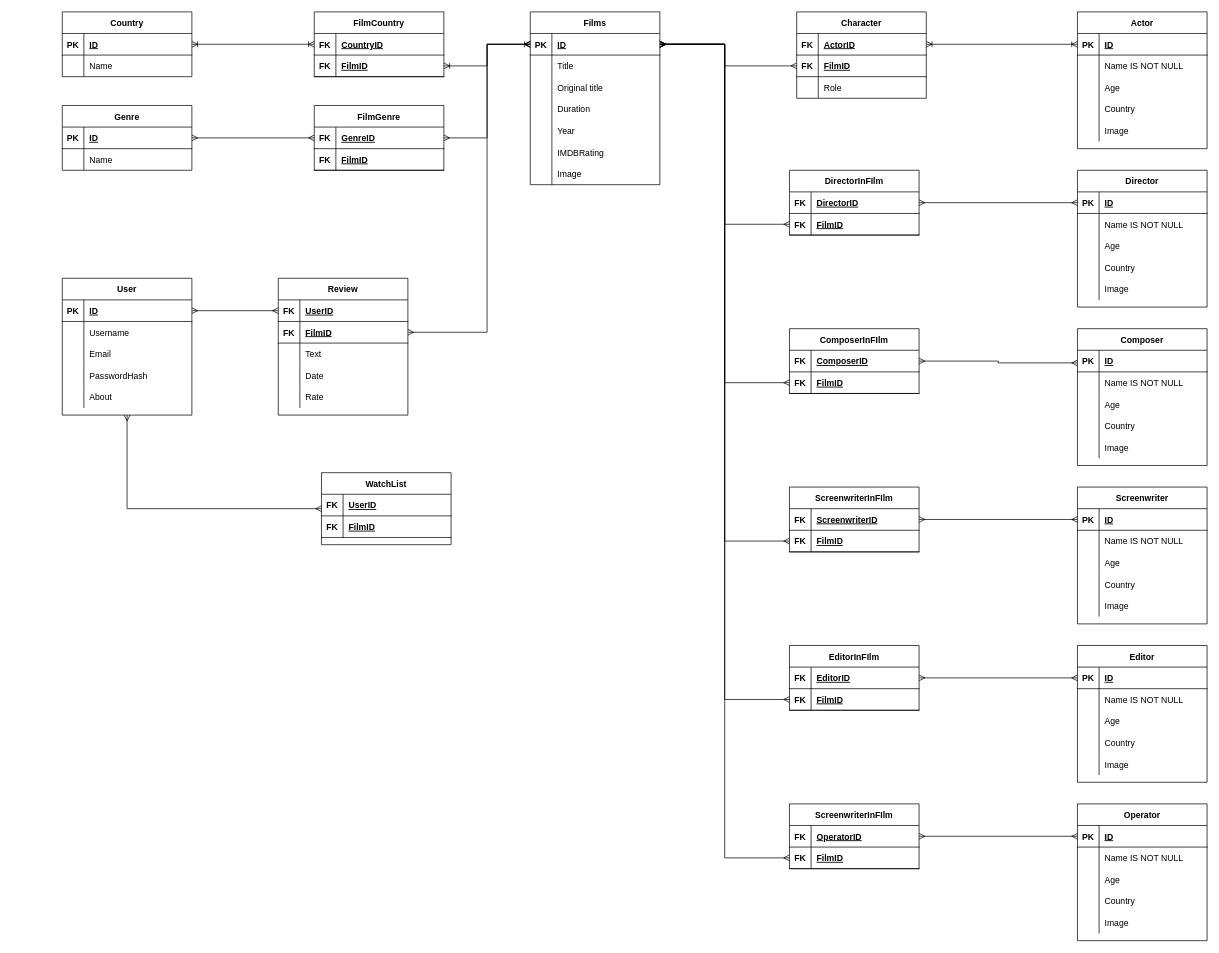
This is Database relational diagram.drawio from lincentpega/koda-modeling, a draw.io file, before an edit. Source tidied: cells renumbered, new cells numbered last; positions are measured from the earlier drawing's top-left corner, leaving out a move shared by most shapes. Both pictures are drawn from the tidied source at 72%, with x=0, y=0 at pixel (62, 12).
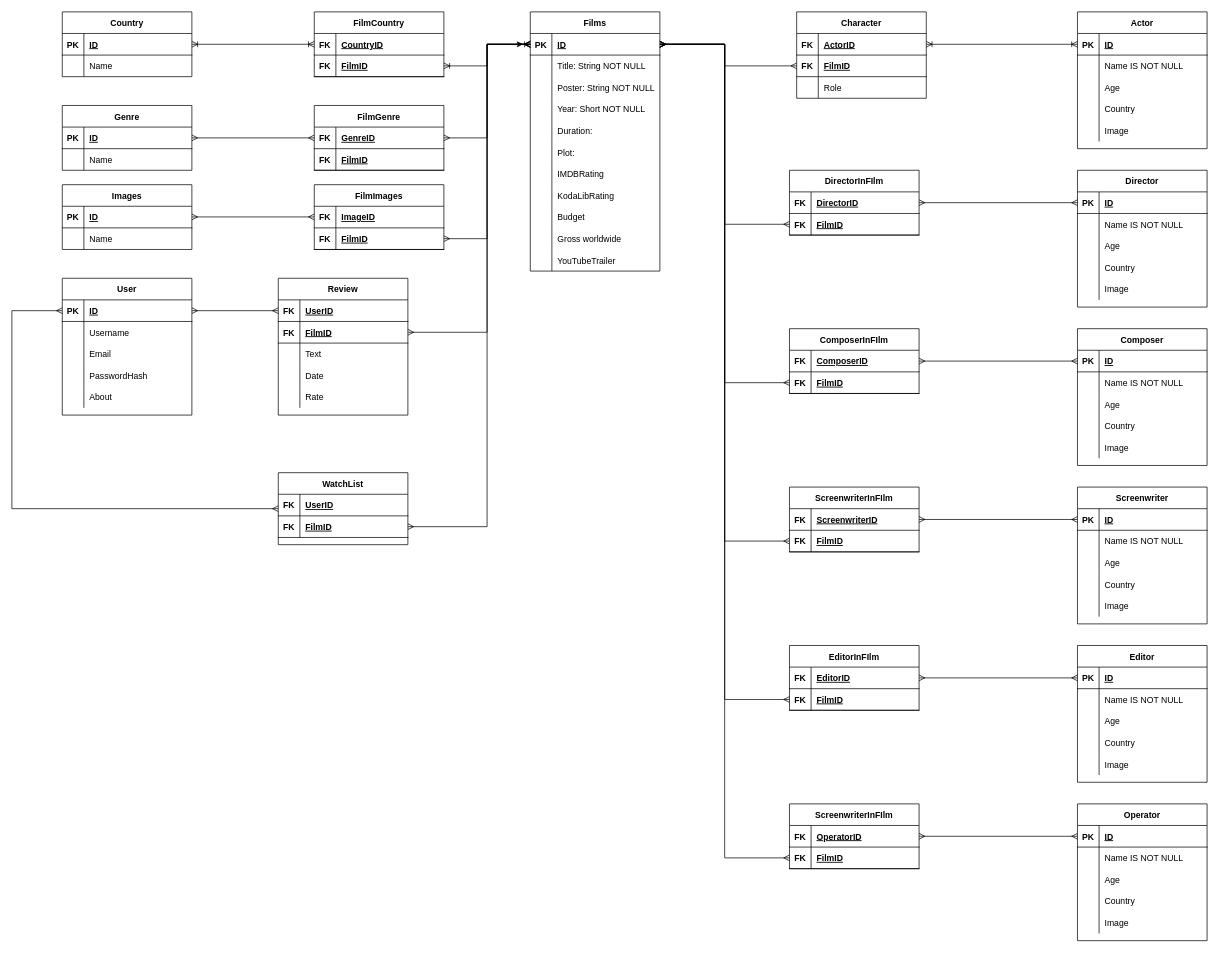
The same page after the edit.

The change refers to these unchanged cells:
```xml
<mxCell id="3" style="shape=tableRow;horizontal=0;startSize=0;swimlaneHead=0;swimlaneBody=0;fillColor=none;points=[[0,0.5],[1,0.5]];portConstraint=eastwest;top=0;left=0;right=0;bottom=1;rounded=0;" parent="2" vertex="1">
  <mxGeometry y="30" width="180" height="30" as="geometry" />
</mxCell>
<mxCell id="6" style="shape=tableRow;horizontal=0;startSize=0;swimlaneHead=0;swimlaneBody=0;fillColor=none;top=0;left=0;right=0;bottom=0;rounded=0;" parent="2" vertex="1">
  <mxGeometry y="60" width="180" height="30" as="geometry" />
</mxCell>
<mxCell id="78" value="Composer" style="shape=table;startSize=30;childLayout=tableLayout;rowLines=0;fontStyle=1;align=center;rounded=0;" parent="1" vertex="1">
  <mxGeometry x="1410" y="440" width="180" height="190" as="geometry" />
</mxCell>
<mxCell id="79" style="shape=tableRow;horizontal=0;startSize=0;swimlaneHead=0;swimlaneBody=0;fillColor=none;points=[[0,0.5],[1,0.5]];portConstraint=eastwest;top=0;left=0;right=0;bottom=1;rounded=0;" parent="78" vertex="1">
  <mxGeometry y="30" width="180" height="30" as="geometry" />
</mxCell>
<mxCell id="95" style="shape=tableRow;horizontal=0;startSize=0;swimlaneHead=0;swimlaneBody=0;fillColor=none;points=[[0,0.5],[1,0.5]];portConstraint=eastwest;top=0;left=0;right=0;bottom=1;rounded=0;" parent="94" vertex="1">
  <mxGeometry y="30" width="180" height="30" as="geometry" />
</mxCell>
<mxCell id="209" value="User" style="shape=table;startSize=30;childLayout=tableLayout;rowLines=0;fontStyle=1;align=center;rounded=0;" parent="1" vertex="1">
  <mxGeometry y="370" width="180" height="190" as="geometry" />
</mxCell>
<mxCell id="210" style="shape=tableRow;horizontal=0;startSize=0;swimlaneHead=0;swimlaneBody=0;fillColor=none;points=[[0,0.5],[1,0.5]];portConstraint=eastwest;top=0;left=0;right=0;bottom=1;rounded=0;" parent="209" vertex="1">
  <mxGeometry y="30" width="180" height="30" as="geometry" />
</mxCell>
<mxCell id="246" style="shape=tableRow;horizontal=0;startSize=0;swimlaneHead=0;swimlaneBody=0;fillColor=none;points=[[0,0.5],[1,0.5]];portConstraint=eastwest;top=0;left=0;right=0;bottom=1;rounded=0;" parent="242" vertex="1">
  <mxGeometry y="60" width="180" height="30" as="geometry" />
</mxCell>
```

Change to the diagram source:
```diff
@@
     <mxCell id="2" value="Films" style="shape=table;startSize=30;childLayout=tableLayout;rowLines=0;fontStyle=1;align=center;rounded=0;" parent="1" vertex="1">
-      <mxGeometry x="650" width="180" height="240" as="geometry" />
+      <mxGeometry x="650" width="180" height="360" as="geometry" />
     </mxCell>
@@
-    <mxCell id="8" value="Title" style="shape=partialRectangle;fillColor=none;top=0;left=0;bottom=0;right=0;align=left;spacingLeft=6;overflow=hidden;rounded=0;" parent="6" vertex="1">
+    <mxCell id="8" value="Title: String NOT NULL" style="shape=partialRectangle;fillColor=none;top=0;left=0;bottom=0;right=0;align=left;spacingLeft=6;overflow=hidden;rounded=0;" parent="6" vertex="1">
       <mxGeometry x="30" width="150" height="30" as="geometry" />
     </mxCell>
-    <mxCell id="9" style="shape=tableRow;horizontal=0;startSize=0;swimlaneHead=0;swimlaneBody=0;fillColor=none;top=0;left=0;right=0;bottom=0;rounded=0;" parent="2" vertex="1">
-      <mxGeometry y="90" width="180" height="30" as="geometry" />
-    </mxCell>
-    <mxCell id="10" style="shape=partialRectangle;fillColor=none;top=0;left=0;bottom=0;right=0;overflow=hidden;rounded=0;" parent="9" vertex="1">
-      <mxGeometry width="30" height="30" as="geometry" />
-    </mxCell>
-    <mxCell id="11" value="Original title" style="shape=partialRectangle;fillColor=none;top=0;left=0;bottom=0;right=0;align=left;spacingLeft=6;overflow=hidden;rounded=0;" parent="9" vertex="1">
-      <mxGeometry x="30" width="150" height="30" as="geometry" />
-    </mxCell>
+    <mxCell id="21" style="shape=tableRow;horizontal=0;startSize=0;swimlaneHead=0;swimlaneBody=0;fillColor=none;top=0;left=0;right=0;bottom=0;rounded=0;" parent="2" vertex="1">
+      <mxGeometry y="90" width="180" height="30" as="geometry" />
+    </mxCell>
+    <mxCell id="22" style="shape=partialRectangle;fillColor=none;top=0;left=0;bottom=0;right=0;overflow=hidden;rounded=0;" parent="21" vertex="1">
+      <mxGeometry width="30" height="30" as="geometry" />
+    </mxCell>
+    <mxCell id="23" value="Poster: String NOT NULL" style="shape=partialRectangle;fillColor=none;top=0;left=0;bottom=0;right=0;align=left;spacingLeft=6;overflow=hidden;rounded=0;" parent="21" vertex="1">
+      <mxGeometry x="30" width="150" height="30" as="geometry" />
+    </mxCell>
+    <mxCell id="15" style="shape=tableRow;horizontal=0;startSize=0;swimlaneHead=0;swimlaneBody=0;fillColor=none;top=0;left=0;right=0;bottom=0;rounded=0;" parent="2" vertex="1">
+      <mxGeometry y="120" width="180" height="30" as="geometry" />
+    </mxCell>
+    <mxCell id="16" style="shape=partialRectangle;fillColor=none;top=0;left=0;bottom=0;right=0;overflow=hidden;rounded=0;" parent="15" vertex="1">
+      <mxGeometry width="30" height="30" as="geometry" />
+    </mxCell>
+    <mxCell id="17" value="Year: Short NOT NULL" style="shape=partialRectangle;fillColor=none;top=0;left=0;bottom=0;right=0;align=left;spacingLeft=6;overflow=hidden;rounded=0;" parent="15" vertex="1">
+      <mxGeometry x="30" width="150" height="30" as="geometry" />
+    </mxCell>
     <mxCell id="12" style="shape=tableRow;horizontal=0;startSize=0;swimlaneHead=0;swimlaneBody=0;fillColor=none;top=0;left=0;right=0;bottom=0;rounded=0;" parent="2" vertex="1">
-      <mxGeometry y="120" width="180" height="30" as="geometry" />
+      <mxGeometry y="150" width="180" height="30" as="geometry" />
     </mxCell>
@@
-    <mxCell id="14" value="Duration" style="shape=partialRectangle;fillColor=none;top=0;left=0;bottom=0;right=0;align=left;spacingLeft=6;overflow=hidden;rounded=0;" parent="12" vertex="1">
+    <mxCell id="14" value="Duration: " style="shape=partialRectangle;fillColor=none;top=0;left=0;bottom=0;right=0;align=left;spacingLeft=6;overflow=hidden;rounded=0;" parent="12" vertex="1">
       <mxGeometry x="30" width="150" height="30" as="geometry" />
     </mxCell>
-    <mxCell id="15" style="shape=tableRow;horizontal=0;startSize=0;swimlaneHead=0;swimlaneBody=0;fillColor=none;top=0;left=0;right=0;bottom=0;rounded=0;" parent="2" vertex="1">
-      <mxGeometry y="150" width="180" height="30" as="geometry" />
-    </mxCell>
-    <mxCell id="16" style="shape=partialRectangle;fillColor=none;top=0;left=0;bottom=0;right=0;overflow=hidden;rounded=0;" parent="15" vertex="1">
-      <mxGeometry width="30" height="30" as="geometry" />
-    </mxCell>
-    <mxCell id="17" value="Year" style="shape=partialRectangle;fillColor=none;top=0;left=0;bottom=0;right=0;align=left;spacingLeft=6;overflow=hidden;rounded=0;" parent="15" vertex="1">
-      <mxGeometry x="30" width="150" height="30" as="geometry" />
-    </mxCell>
+    <mxCell id="251" style="shape=tableRow;horizontal=0;startSize=0;swimlaneHead=0;swimlaneBody=0;fillColor=none;top=0;left=0;right=0;bottom=0;rounded=0;" parent="2" vertex="1">
+      <mxGeometry y="180" width="180" height="30" as="geometry" />
+    </mxCell>
+    <mxCell id="252" style="shape=partialRectangle;fillColor=none;top=0;left=0;bottom=0;right=0;overflow=hidden;rounded=0;" parent="251" vertex="1">
+      <mxGeometry width="30" height="30" as="geometry" />
+    </mxCell>
+    <mxCell id="253" value="Plot:" style="shape=partialRectangle;fillColor=none;top=0;left=0;bottom=0;right=0;align=left;spacingLeft=6;overflow=hidden;rounded=0;" parent="251" vertex="1">
+      <mxGeometry x="30" width="150" height="30" as="geometry" />
+    </mxCell>
     <mxCell id="18" style="shape=tableRow;horizontal=0;startSize=0;swimlaneHead=0;swimlaneBody=0;fillColor=none;top=0;left=0;right=0;bottom=0;rounded=0;" parent="2" vertex="1">
-      <mxGeometry y="180" width="180" height="30" as="geometry" />
+      <mxGeometry y="210" width="180" height="30" as="geometry" />
     </mxCell>
@@
-    <mxCell id="21" style="shape=tableRow;horizontal=0;startSize=0;swimlaneHead=0;swimlaneBody=0;fillColor=none;top=0;left=0;right=0;bottom=0;rounded=0;" parent="2" vertex="1">
-      <mxGeometry y="210" width="180" height="30" as="geometry" />
-    </mxCell>
-    <mxCell id="22" style="shape=partialRectangle;fillColor=none;top=0;left=0;bottom=0;right=0;overflow=hidden;rounded=0;" parent="21" vertex="1">
-      <mxGeometry width="30" height="30" as="geometry" />
-    </mxCell>
-    <mxCell id="23" value="Image" style="shape=partialRectangle;fillColor=none;top=0;left=0;bottom=0;right=0;align=left;spacingLeft=6;overflow=hidden;rounded=0;" parent="21" vertex="1">
-      <mxGeometry x="30" width="150" height="30" as="geometry" />
-    </mxCell>
+    <mxCell id="254" style="shape=tableRow;horizontal=0;startSize=0;swimlaneHead=0;swimlaneBody=0;fillColor=none;top=0;left=0;right=0;bottom=0;rounded=0;" parent="2" vertex="1">
+      <mxGeometry y="240" width="180" height="30" as="geometry" />
+    </mxCell>
+    <mxCell id="255" style="shape=partialRectangle;fillColor=none;top=0;left=0;bottom=0;right=0;overflow=hidden;rounded=0;" parent="254" vertex="1">
+      <mxGeometry width="30" height="30" as="geometry" />
+    </mxCell>
+    <mxCell id="256" value="KodaLibRating" style="shape=partialRectangle;fillColor=none;top=0;left=0;bottom=0;right=0;align=left;spacingLeft=6;overflow=hidden;rounded=0;" parent="254" vertex="1">
+      <mxGeometry x="30" width="150" height="30" as="geometry" />
+    </mxCell>
+    <mxCell id="257" style="shape=tableRow;horizontal=0;startSize=0;swimlaneHead=0;swimlaneBody=0;fillColor=none;top=0;left=0;right=0;bottom=0;rounded=0;" parent="2" vertex="1">
+      <mxGeometry y="270" width="180" height="30" as="geometry" />
+    </mxCell>
+    <mxCell id="258" style="shape=partialRectangle;fillColor=none;top=0;left=0;bottom=0;right=0;overflow=hidden;rounded=0;" parent="257" vertex="1">
+      <mxGeometry width="30" height="30" as="geometry" />
+    </mxCell>
+    <mxCell id="259" value="Budget" style="shape=partialRectangle;fillColor=none;top=0;left=0;bottom=0;right=0;align=left;spacingLeft=6;overflow=hidden;rounded=0;" parent="257" vertex="1">
+      <mxGeometry x="30" width="150" height="30" as="geometry" />
+    </mxCell>
+    <mxCell id="260" style="shape=tableRow;horizontal=0;startSize=0;swimlaneHead=0;swimlaneBody=0;fillColor=none;top=0;left=0;right=0;bottom=0;rounded=0;" parent="2" vertex="1">
+      <mxGeometry y="300" width="180" height="30" as="geometry" />
+    </mxCell>
+    <mxCell id="261" style="shape=partialRectangle;fillColor=none;top=0;left=0;bottom=0;right=0;overflow=hidden;rounded=0;" parent="260" vertex="1">
+      <mxGeometry width="30" height="30" as="geometry" />
+    </mxCell>
+    <mxCell id="262" value="Gross worldwide" style="shape=partialRectangle;fillColor=none;top=0;left=0;bottom=0;right=0;align=left;spacingLeft=6;overflow=hidden;rounded=0;" parent="260" vertex="1">
+      <mxGeometry x="30" width="150" height="30" as="geometry" />
+    </mxCell>
+    <mxCell id="263" style="shape=tableRow;horizontal=0;startSize=0;swimlaneHead=0;swimlaneBody=0;fillColor=none;top=0;left=0;right=0;bottom=0;rounded=0;" parent="2" vertex="1">
+      <mxGeometry y="330" width="180" height="30" as="geometry" />
+    </mxCell>
+    <mxCell id="264" style="shape=partialRectangle;fillColor=none;top=0;left=0;bottom=0;right=0;overflow=hidden;rounded=0;" parent="263" vertex="1">
+      <mxGeometry width="30" height="30" as="geometry" />
+    </mxCell>
+    <mxCell id="265" value="YouTubeTrailer" style="shape=partialRectangle;fillColor=none;top=0;left=0;bottom=0;right=0;align=left;spacingLeft=6;overflow=hidden;rounded=0;" parent="263" vertex="1">
+      <mxGeometry x="30" width="150" height="30" as="geometry" />
+    </mxCell>
@@
-    <mxCell id="77" style="edgeStyle=orthogonalEdgeStyle;rounded=0;jettySize=auto;html=1;exitX=0;exitY=0.25;exitDx=0;exitDy=0;entryX=1;entryY=0.5;entryDx=0;entryDy=0;startArrow=ERmany;startFill=0;endArrow=ERmany;endFill=0;" parent="1" edge="1" source="78" target="95">
+    <mxCell id="77" style="edgeStyle=orthogonalEdgeStyle;rounded=0;jettySize=auto;html=1;entryX=1;entryY=0.5;entryDx=0;entryDy=0;startArrow=ERmany;startFill=0;endArrow=ERmany;endFill=0;exitX=0;exitY=0.5;exitDx=0;exitDy=0;" parent="1" edge="1" source="79" target="95">
       <mxGeometry relative="1" as="geometry" />
     </mxCell>
@@
+    <mxCell id="266" value="Images" style="shape=table;startSize=30;childLayout=tableLayout;rowLines=0;fontStyle=1;align=center;rounded=0;" parent="1" vertex="1">
+      <mxGeometry y="240" width="180" height="90" as="geometry" />
+    </mxCell>
+    <mxCell id="267" style="shape=tableRow;horizontal=0;startSize=0;swimlaneHead=0;swimlaneBody=0;fillColor=none;top=0;left=0;right=0;bottom=1;rounded=0;" parent="266" vertex="1">
+      <mxGeometry y="30" width="180" height="30" as="geometry" />
+    </mxCell>
+    <mxCell id="268" value="PK" style="shape=partialRectangle;fillColor=none;top=0;left=0;bottom=0;right=0;fontStyle=1;overflow=hidden;rounded=0;" parent="267" vertex="1">
+      <mxGeometry width="30" height="30" as="geometry" />
+    </mxCell>
+    <mxCell id="269" value="ID" style="shape=partialRectangle;fillColor=none;top=0;left=0;bottom=0;right=0;align=left;spacingLeft=6;fontStyle=5;overflow=hidden;rounded=0;" parent="267" vertex="1">
+      <mxGeometry x="30" width="150" height="30" as="geometry" />
+    </mxCell>
+    <mxCell id="270" style="shape=tableRow;horizontal=0;startSize=0;swimlaneHead=0;swimlaneBody=0;fillColor=none;top=0;left=0;right=0;bottom=0;rounded=0;" parent="266" vertex="1">
+      <mxGeometry y="60" width="180" height="30" as="geometry" />
+    </mxCell>
+    <mxCell id="271" style="shape=partialRectangle;fillColor=none;top=0;left=0;bottom=0;right=0;overflow=hidden;rounded=0;" parent="270" vertex="1">
+      <mxGeometry width="30" height="30" as="geometry" />
+    </mxCell>
+    <mxCell id="272" value="Name" style="shape=partialRectangle;fillColor=none;top=0;left=0;bottom=0;right=0;align=left;spacingLeft=6;overflow=hidden;rounded=0;" parent="270" vertex="1">
+      <mxGeometry x="30" width="150" height="30" as="geometry" />
+    </mxCell>
@@
+    <mxCell id="273" value="FilmImages" style="shape=table;startSize=30;childLayout=tableLayout;rowLines=0;fontStyle=1;align=center;rounded=0;" parent="1" vertex="1">
+      <mxGeometry x="350" y="240" width="180" height="90" as="geometry" />
+    </mxCell>
+    <mxCell id="274" style="shape=tableRow;horizontal=0;startSize=0;swimlaneHead=0;swimlaneBody=0;fillColor=none;top=0;left=0;right=0;bottom=1;rounded=0;" parent="273" vertex="1">
+      <mxGeometry y="30" width="180" height="30" as="geometry" />
+    </mxCell>
+    <mxCell id="275" value="FK" style="shape=partialRectangle;fillColor=none;top=0;left=0;bottom=0;right=0;fontStyle=1;overflow=hidden;rounded=0;" parent="274" vertex="1">
+      <mxGeometry width="30" height="30" as="geometry" />
+    </mxCell>
+    <mxCell id="276" value="ImageID" style="shape=partialRectangle;fillColor=none;top=0;left=0;bottom=0;right=0;align=left;spacingLeft=6;fontStyle=5;overflow=hidden;rounded=0;" parent="274" vertex="1">
+      <mxGeometry x="30" width="150" height="30" as="geometry" />
+    </mxCell>
+    <mxCell id="277" style="shape=tableRow;horizontal=0;startSize=0;swimlaneHead=0;swimlaneBody=0;fillColor=none;points=[[0,0.5],[1,0.5]];portConstraint=eastwest;top=0;left=0;right=0;bottom=1;rounded=0;" parent="273" vertex="1">
+      <mxGeometry y="60" width="180" height="30" as="geometry" />
+    </mxCell>
+    <mxCell id="278" value="FK" style="shape=partialRectangle;fillColor=none;top=0;left=0;bottom=0;right=0;fontStyle=1;overflow=hidden;rounded=0;" parent="277" vertex="1">
+      <mxGeometry width="30" height="30" as="geometry" />
+    </mxCell>
+    <mxCell id="279" value="FilmID" style="shape=partialRectangle;fillColor=none;top=0;left=0;bottom=0;right=0;align=left;spacingLeft=6;fontStyle=5;overflow=hidden;rounded=0;" parent="277" vertex="1">
+      <mxGeometry x="30" width="150" height="30" as="geometry" />
+    </mxCell>
@@
-    <mxCell id="241" style="edgeStyle=orthogonalEdgeStyle;rounded=0;jettySize=auto;html=1;entryX=0.5;entryY=1;entryDx=0;entryDy=0;endArrow=ERmany;endFill=0;startArrow=ERmany;startFill=0;" parent="1" edge="1" source="242" target="209">
-      <mxGeometry relative="1" as="geometry" />
+    <mxCell id="241" style="edgeStyle=orthogonalEdgeStyle;rounded=0;jettySize=auto;html=1;entryX=0;entryY=0.5;entryDx=0;entryDy=0;endArrow=ERmany;endFill=0;startArrow=ERmany;startFill=0;" parent="1" edge="1" source="242" target="210">
+      <mxGeometry relative="1" as="geometry">
+        <Array as="points">
+          <mxPoint x="-70" y="690" />
+          <mxPoint x="-70" y="415" />
+        </Array>
+      </mxGeometry>
     </mxCell>
     <mxCell id="242" value="WatchList" style="shape=table;startSize=30;childLayout=tableLayout;rowLines=0;fontStyle=1;align=center;rounded=0;" parent="1" vertex="1">
-      <mxGeometry x="360" y="640" width="180" height="100" as="geometry" />
+      <mxGeometry x="300" y="640" width="180" height="100" as="geometry" />
     </mxCell>
@@
+    <mxCell id="280" style="edgeStyle=orthogonalEdgeStyle;jettySize=auto;html=1;exitX=1;exitY=0.5;exitDx=0;exitDy=0;entryX=0;entryY=0.5;entryDx=0;entryDy=0;strokeColor=default;rounded=0;startArrow=ERmany;startFill=0;endArrow=ERmany;endFill=0;" parent="1" edge="1" source="246" target="3">
+      <mxGeometry relative="1" as="geometry">
+        <Array as="points">
+          <mxPoint x="590" y="715" />
+          <mxPoint x="590" y="45" />
+        </Array>
+      </mxGeometry>
+    </mxCell>
+    <mxCell id="281" style="edgeStyle=orthogonalEdgeStyle;rounded=0;orthogonalLoop=1;jettySize=auto;html=1;entryX=0;entryY=0.5;entryDx=0;entryDy=0;startArrow=ERmany;startFill=0;endArrow=ERmany;endFill=0;" parent="1" edge="1">
+      <mxGeometry relative="1" as="geometry">
+        <mxPoint x="180" y="284.8" as="sourcePoint" />
+        <mxPoint x="350" y="284.8" as="targetPoint" />
+      </mxGeometry>
+    </mxCell>
+    <mxCell id="282" style="edgeStyle=orthogonalEdgeStyle;rounded=0;jettySize=auto;html=1;exitX=1;exitY=0.5;exitDx=0;exitDy=0;startArrow=ERmany;startFill=0;endArrow=ERmany;endFill=0;" parent="1" edge="1" source="277" target="3">
+      <mxGeometry relative="1" as="geometry">
+        <Array as="points">
+          <mxPoint x="590" y="315" />
+          <mxPoint x="590" y="45" />
+        </Array>
+      </mxGeometry>
+    </mxCell>
+    <mxCell id="283" style="edgeStyle=orthogonalEdgeStyle;rounded=0;jettySize=auto;html=1;" parent="1" edge="1" source="3">
+      <mxGeometry relative="1" as="geometry">
+        <mxPoint x="640" y="45" as="targetPoint" />
+      </mxGeometry>
+    </mxCell>
```
